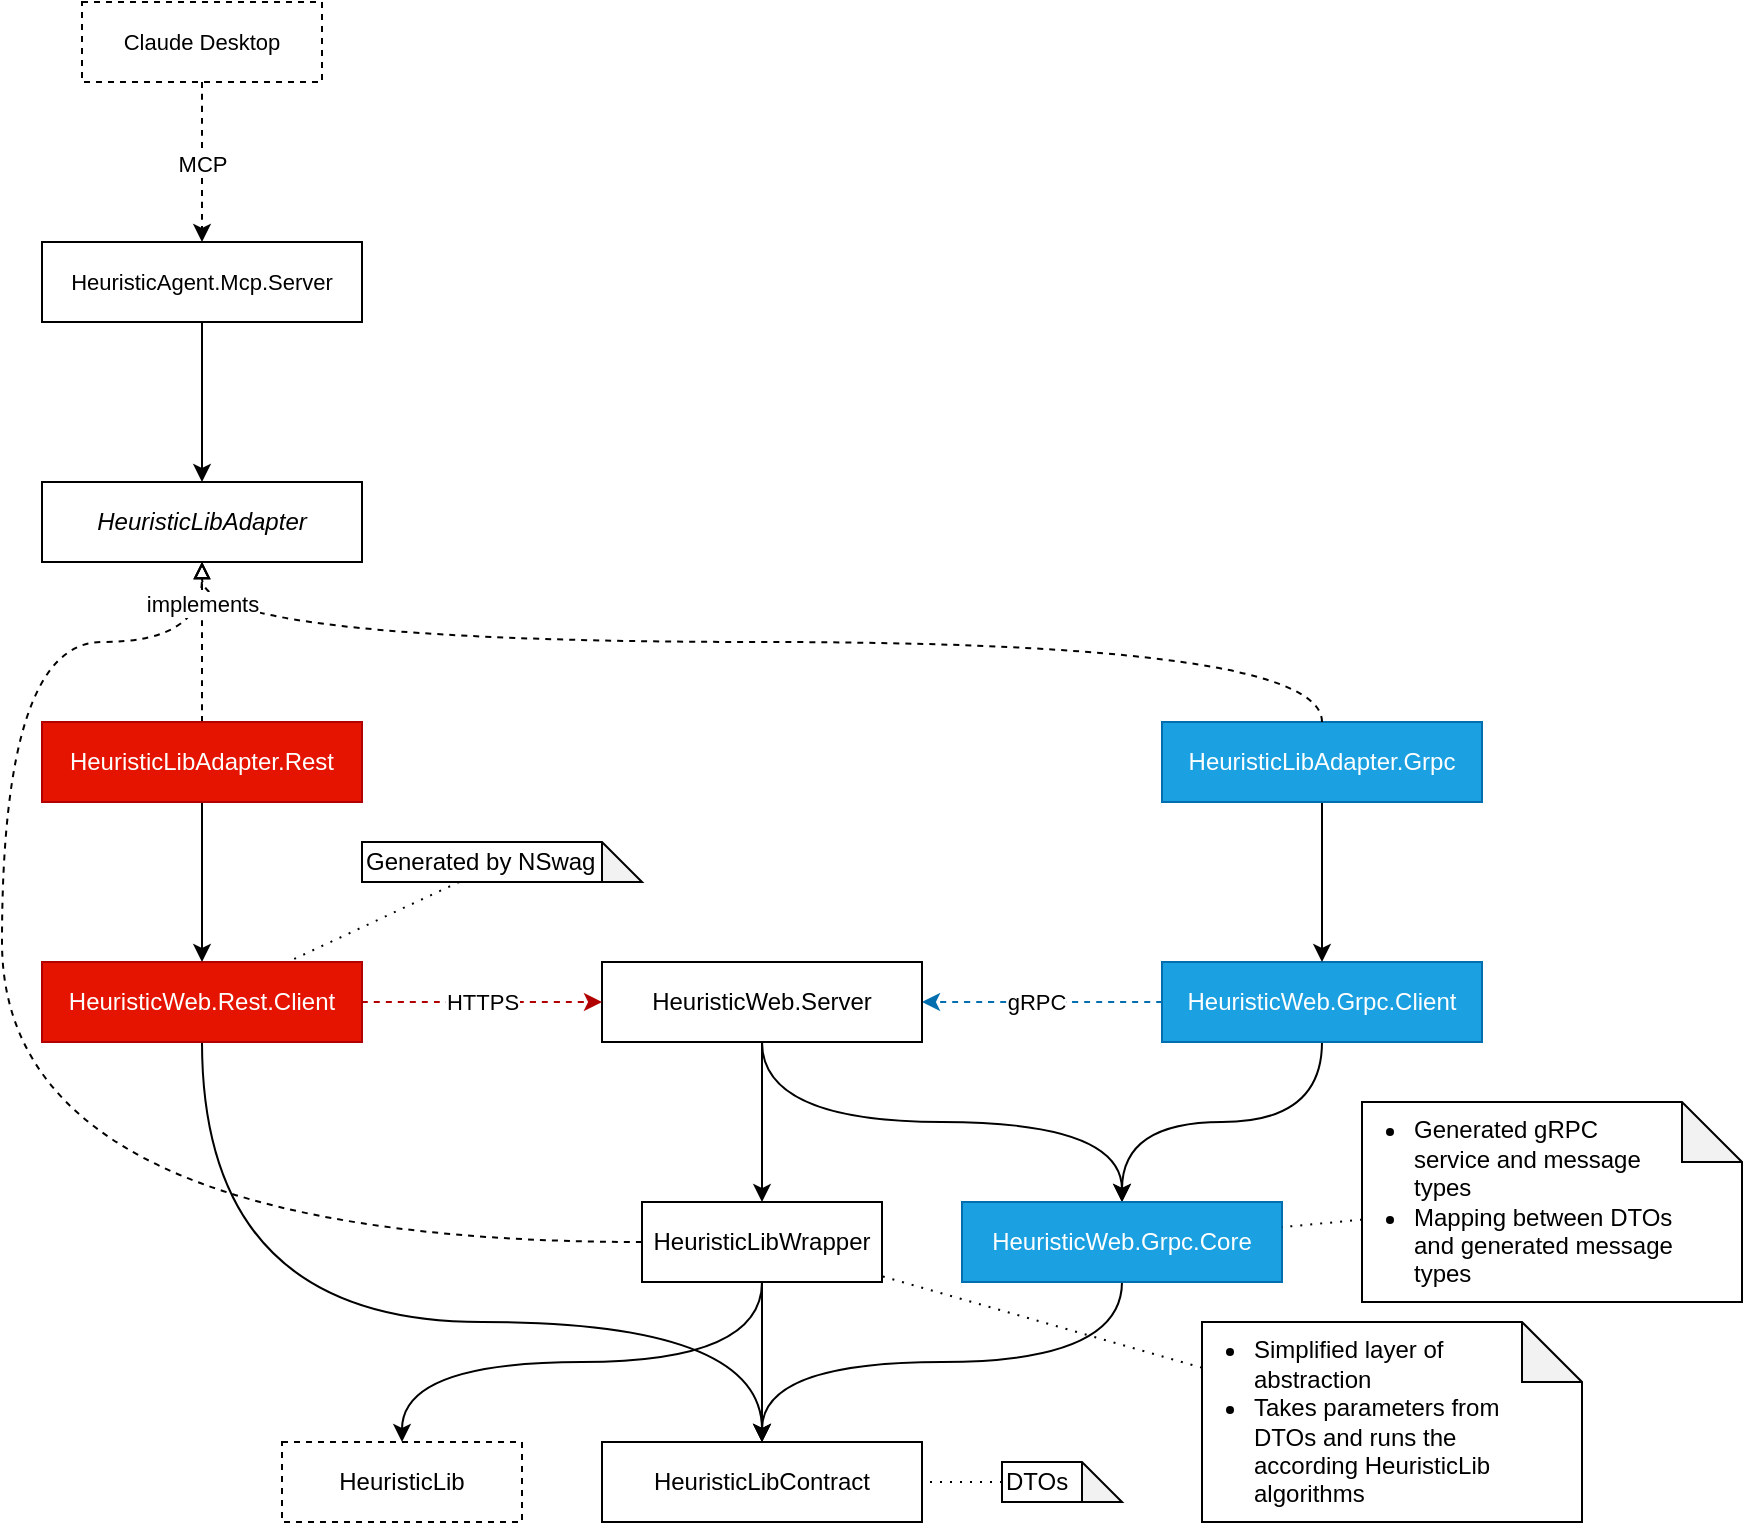
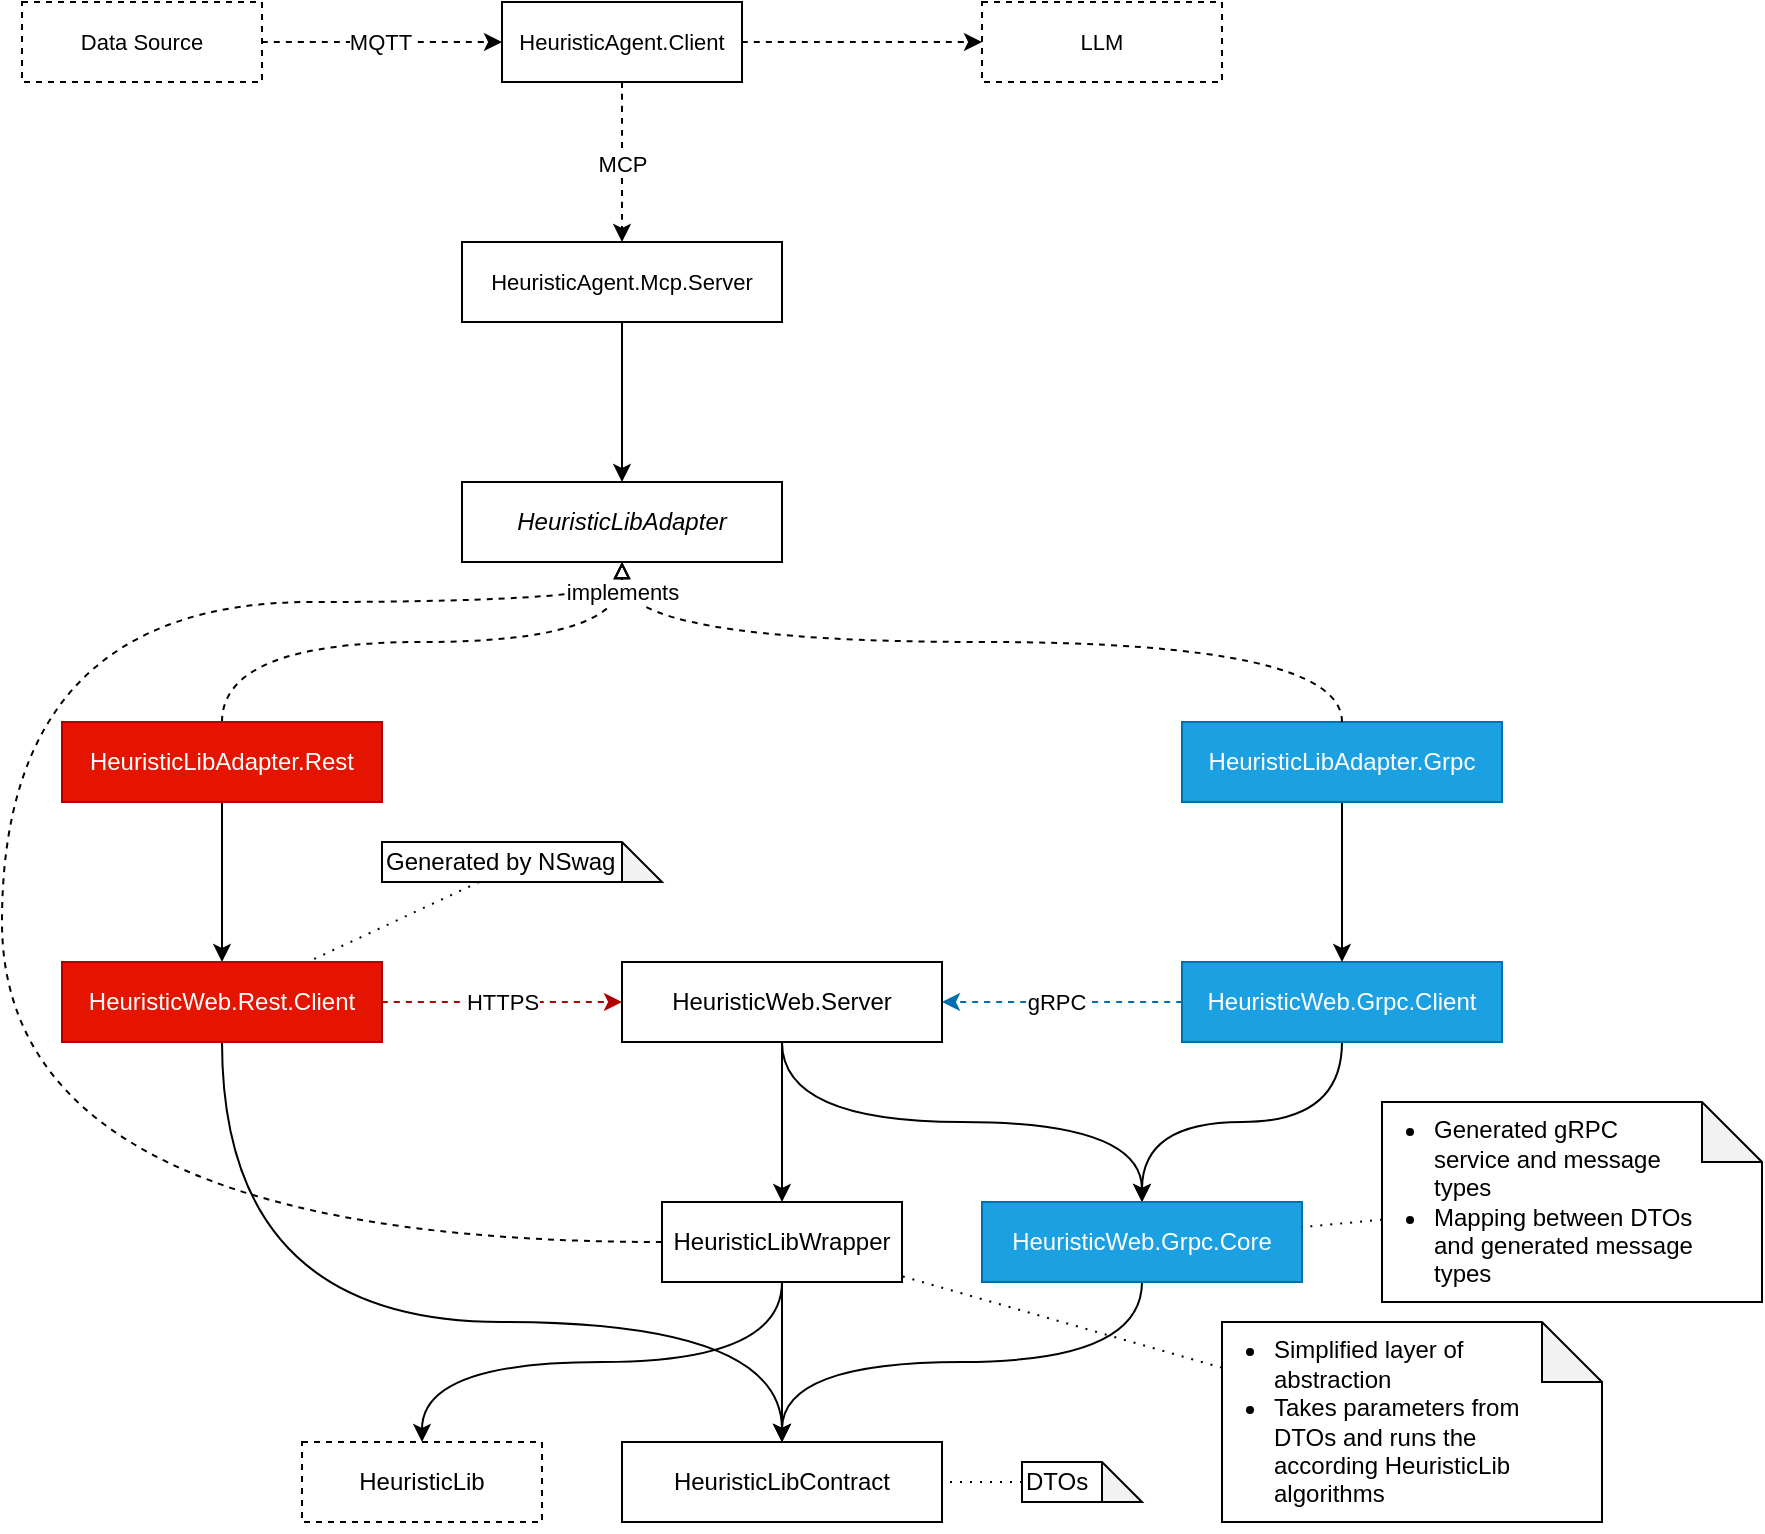
<mxfile host="Electron" agent="Mozilla/5.0 (Windows NT 10.0; Win64; x64) AppleWebKit/537.36 (KHTML, like Gecko) draw.io/29.6.6 Chrome/144.0.7559.236 Electron/40.8.4 Safari/537.36">
  <diagram name="Page-1" id="JLSE3i9ljjVaqQMjvNYt">
-     <mxGraphModel dx="1623" dy="962" grid="1" gridSize="10" guides="1" tooltips="1" connect="1" arrows="1" fold="1" page="1" pageScale="1" pageWidth="827" pageHeight="1169" math="0" shadow="0">
+     <mxGraphModel dx="2804" dy="1662" grid="1" gridSize="10" guides="1" tooltips="1" connect="1" arrows="1" fold="1" page="1" pageScale="1" pageWidth="827" pageHeight="1169" math="0" shadow="0">
      <root>
        <mxCell id="0" />
        <mxCell id="1" parent="0" />
        <mxCell id="U6VQVOgnXjNktFXU_cLZ-6" edge="1" parent="1" source="nvZTl8ImIJQlS8uFXL_u-32" style="edgeStyle=orthogonalEdgeStyle;rounded=0;orthogonalLoop=1;jettySize=auto;html=1;curved=1;exitX=0.5;exitY=1;exitDx=0;exitDy=0;entryX=0.5;entryY=0;entryDx=0;entryDy=0;" target="nvZTl8ImIJQlS8uFXL_u-36">
          <mxGeometry relative="1" as="geometry" />
        </mxCell>
        <mxCell id="U6VQVOgnXjNktFXU_cLZ-65" edge="1" parent="1" source="nvZTl8ImIJQlS8uFXL_u-32" style="edgeStyle=orthogonalEdgeStyle;shape=connector;curved=1;rounded=0;orthogonalLoop=1;jettySize=auto;html=1;exitX=0.5;exitY=1;exitDx=0;exitDy=0;entryX=0.5;entryY=0;entryDx=0;entryDy=0;strokeColor=default;align=center;verticalAlign=middle;fontFamily=Helvetica;fontSize=11;fontColor=default;labelBackgroundColor=default;endArrow=classic;" target="nvZTl8ImIJQlS8uFXL_u-33">
          <mxGeometry relative="1" as="geometry" />
        </mxCell>
        <mxCell id="nvZTl8ImIJQlS8uFXL_u-32" parent="1" style="rounded=0;whiteSpace=wrap;html=1;fillColor=default;" value="HeuristicLibWrapper" vertex="1">
          <mxGeometry height="40" width="120" x="540" y="640" as="geometry" />
        </mxCell>
        <mxCell id="oGgYLiFTZUMsgBvUWQYo-2" edge="1" parent="1" source="nvZTl8ImIJQlS8uFXL_u-32" style="edgeStyle=orthogonalEdgeStyle;shape=connector;curved=1;rounded=0;orthogonalLoop=1;jettySize=auto;html=1;exitX=0;exitY=0.5;exitDx=0;exitDy=0;entryX=0.5;entryY=1;entryDx=0;entryDy=0;dashed=1;strokeColor=default;align=center;verticalAlign=middle;fontFamily=Helvetica;fontSize=11;fontColor=default;labelBackgroundColor=default;endArrow=block;endFill=0;" target="U6VQVOgnXjNktFXU_cLZ-27">
          <mxGeometry relative="1" as="geometry">
            <Array as="points">
-               <mxPoint x="220" y="660" />
-               <mxPoint x="220" y="360" />
-               <mxPoint x="320" y="360" />
+               <mxPoint x="210" y="660" />
+               <mxPoint x="210" y="340" />
+               <mxPoint x="520" y="340" />
            </Array>
          </mxGeometry>
        </mxCell>
        <mxCell id="nvZTl8ImIJQlS8uFXL_u-33" parent="1" style="rounded=0;whiteSpace=wrap;html=1;fillColor=default;dashed=1;" value="HeuristicLib" vertex="1">
          <mxGeometry height="40" width="120" x="360" y="760" as="geometry" />
        </mxCell>
        <mxCell id="nvZTl8ImIJQlS8uFXL_u-36" parent="1" style="rounded=0;whiteSpace=wrap;html=1;fillColor=default;" value="HeuristicLibContract" vertex="1">
          <mxGeometry height="40" width="160" x="520" y="760" as="geometry" />
        </mxCell>
        <mxCell id="U6VQVOgnXjNktFXU_cLZ-60" edge="1" parent="1" source="nvZTl8ImIJQlS8uFXL_u-40" style="edgeStyle=orthogonalEdgeStyle;shape=connector;curved=1;rounded=0;orthogonalLoop=1;jettySize=auto;html=1;dashed=1;strokeColor=#006EAF;align=center;verticalAlign=middle;fontFamily=Helvetica;fontSize=11;fontColor=default;labelBackgroundColor=default;endArrow=classic;endFill=1;fillColor=#1ba1e2;" target="U6VQVOgnXjNktFXU_cLZ-14">
          <mxGeometry relative="1" as="geometry" />
        </mxCell>
        <mxCell id="U6VQVOgnXjNktFXU_cLZ-61" connectable="0" parent="U6VQVOgnXjNktFXU_cLZ-60" style="edgeLabel;html=1;align=center;verticalAlign=middle;resizable=0;points=[];fontFamily=Helvetica;fontSize=11;fontColor=default;labelBackgroundColor=default;" value="gRPC" vertex="1">
          <mxGeometry relative="1" x="0.0071" as="geometry">
            <mxPoint x="-3" as="offset" />
          </mxGeometry>
        </mxCell>
        <mxCell id="oGgYLiFTZUMsgBvUWQYo-3" edge="1" parent="1" source="nvZTl8ImIJQlS8uFXL_u-40" style="edgeStyle=orthogonalEdgeStyle;shape=connector;curved=1;rounded=0;orthogonalLoop=1;jettySize=auto;html=1;exitX=0.5;exitY=1;exitDx=0;exitDy=0;entryX=0.5;entryY=0;entryDx=0;entryDy=0;strokeColor=default;align=center;verticalAlign=middle;fontFamily=Helvetica;fontSize=11;fontColor=default;labelBackgroundColor=default;endArrow=classic;" target="U6VQVOgnXjNktFXU_cLZ-2">
          <mxGeometry relative="1" as="geometry" />
        </mxCell>
        <mxCell id="nvZTl8ImIJQlS8uFXL_u-40" parent="1" style="rounded=0;whiteSpace=wrap;html=1;fillColor=#1ba1e2;fontColor=#ffffff;strokeColor=#006EAF;" value="HeuristicWeb.Grpc.Client" vertex="1">
          <mxGeometry height="40" width="160" x="800" y="520" as="geometry" />
        </mxCell>
        <mxCell id="U6VQVOgnXjNktFXU_cLZ-4" edge="1" parent="1" source="U6VQVOgnXjNktFXU_cLZ-14" style="edgeStyle=orthogonalEdgeStyle;rounded=0;orthogonalLoop=1;jettySize=auto;html=1;curved=1;entryX=0.5;entryY=0;entryDx=0;entryDy=0;exitX=0.5;exitY=1;exitDx=0;exitDy=0;" target="U6VQVOgnXjNktFXU_cLZ-2">
          <mxGeometry relative="1" as="geometry">
            <mxPoint x="700" y="680" as="sourcePoint" />
          </mxGeometry>
        </mxCell>
        <mxCell id="U6VQVOgnXjNktFXU_cLZ-3" edge="1" parent="1" source="U6VQVOgnXjNktFXU_cLZ-2" style="edgeStyle=orthogonalEdgeStyle;rounded=0;orthogonalLoop=1;jettySize=auto;html=1;curved=1;exitX=0.5;exitY=1;exitDx=0;exitDy=0;entryX=0.5;entryY=0;entryDx=0;entryDy=0;" target="nvZTl8ImIJQlS8uFXL_u-36">
          <mxGeometry relative="1" as="geometry" />
        </mxCell>
        <mxCell id="U6VQVOgnXjNktFXU_cLZ-2" parent="1" style="rounded=0;whiteSpace=wrap;html=1;fillColor=#1ba1e2;fontColor=#ffffff;strokeColor=#006EAF;" value="HeuristicWeb.Grpc.Core" vertex="1">
          <mxGeometry height="40" width="160" x="700" y="640" as="geometry" />
        </mxCell>
        <mxCell id="U6VQVOgnXjNktFXU_cLZ-8" edge="1" parent="1" source="U6VQVOgnXjNktFXU_cLZ-7" style="rounded=0;orthogonalLoop=1;jettySize=auto;html=1;endArrow=none;endFill=0;dashed=1;dashPattern=1 4;" target="U6VQVOgnXjNktFXU_cLZ-2">
          <mxGeometry relative="1" as="geometry" />
        </mxCell>
        <mxCell id="U6VQVOgnXjNktFXU_cLZ-7" parent="1" style="shape=note;whiteSpace=wrap;html=1;backgroundOutline=1;darkOpacity=0.05;align=left;spacingLeft=-16;spacingRight=32;" value="&lt;ul&gt;&lt;li&gt;Generated gRPC service and message types&lt;/li&gt;&lt;li&gt;Mapping between DTOs and generated message types&lt;/li&gt;&lt;/ul&gt;" vertex="1">
          <mxGeometry height="100" width="190" x="900" y="590" as="geometry" />
        </mxCell>
        <mxCell id="U6VQVOgnXjNktFXU_cLZ-10" edge="1" parent="1" source="U6VQVOgnXjNktFXU_cLZ-9" style="rounded=0;orthogonalLoop=1;jettySize=auto;html=1;endArrow=none;endFill=0;dashed=1;dashPattern=1 4;" target="nvZTl8ImIJQlS8uFXL_u-36">
          <mxGeometry relative="1" as="geometry" />
        </mxCell>
        <mxCell id="U6VQVOgnXjNktFXU_cLZ-9" parent="1" style="shape=note;whiteSpace=wrap;html=1;backgroundOutline=1;darkOpacity=0.05;align=left;" value="DTOs" vertex="1">
          <mxGeometry height="20" width="60" x="720" y="770" as="geometry" />
        </mxCell>
        <mxCell id="U6VQVOgnXjNktFXU_cLZ-12" edge="1" parent="1" source="U6VQVOgnXjNktFXU_cLZ-11" style="rounded=0;orthogonalLoop=1;jettySize=auto;html=1;dashed=1;endArrow=none;endFill=0;dashPattern=1 4;" target="nvZTl8ImIJQlS8uFXL_u-32">
          <mxGeometry relative="1" as="geometry" />
        </mxCell>
        <mxCell id="U6VQVOgnXjNktFXU_cLZ-11" parent="1" style="shape=note;whiteSpace=wrap;html=1;backgroundOutline=1;darkOpacity=0.05;align=left;spacingRight=32;spacingLeft=-16;" value="&lt;ul&gt;&lt;li&gt;Simplified layer of abstraction&lt;/li&gt;&lt;li&gt;Takes parameters from DTOs and runs the according HeuristicLib algorithms&lt;/li&gt;&lt;/ul&gt;" vertex="1">
          <mxGeometry height="100" width="190" x="820" y="700" as="geometry" />
        </mxCell>
        <mxCell id="U6VQVOgnXjNktFXU_cLZ-17" edge="1" parent="1" source="U6VQVOgnXjNktFXU_cLZ-14" style="edgeStyle=orthogonalEdgeStyle;shape=connector;curved=1;rounded=0;orthogonalLoop=1;jettySize=auto;html=1;strokeColor=default;align=center;verticalAlign=middle;fontFamily=Helvetica;fontSize=11;fontColor=default;labelBackgroundColor=default;endArrow=classic;exitX=0.5;exitY=1;exitDx=0;exitDy=0;entryX=0.5;entryY=0;entryDx=0;entryDy=0;" target="nvZTl8ImIJQlS8uFXL_u-32">
          <mxGeometry relative="1" as="geometry">
            <mxPoint x="500" y="640" as="targetPoint" />
          </mxGeometry>
        </mxCell>
        <mxCell id="U6VQVOgnXjNktFXU_cLZ-14" parent="1" style="rounded=0;whiteSpace=wrap;html=1;fillColor=default;" value="HeuristicWeb.Server" vertex="1">
          <mxGeometry height="40" width="160" x="520" y="520" as="geometry" />
        </mxCell>
        <mxCell id="U6VQVOgnXjNktFXU_cLZ-58" edge="1" parent="1" source="U6VQVOgnXjNktFXU_cLZ-21" style="edgeStyle=orthogonalEdgeStyle;shape=connector;curved=1;rounded=0;orthogonalLoop=1;jettySize=auto;html=1;dashed=1;strokeColor=#B20000;align=center;verticalAlign=middle;fontFamily=Helvetica;fontSize=11;fontColor=default;labelBackgroundColor=default;endArrow=classic;endFill=1;fillColor=#e51400;" target="U6VQVOgnXjNktFXU_cLZ-14">
          <mxGeometry relative="1" as="geometry" />
        </mxCell>
        <mxCell id="U6VQVOgnXjNktFXU_cLZ-62" connectable="0" parent="U6VQVOgnXjNktFXU_cLZ-58" style="edgeLabel;html=1;align=center;verticalAlign=middle;resizable=0;points=[];fontFamily=Helvetica;fontSize=11;fontColor=default;labelBackgroundColor=default;" value="HTTPS" vertex="1">
          <mxGeometry relative="1" x="-0.0016" y="1" as="geometry">
            <mxPoint y="1" as="offset" />
          </mxGeometry>
        </mxCell>
        <mxCell id="vAhXJ6GuvrTu8xZBJLIe-7" edge="1" parent="1" source="U6VQVOgnXjNktFXU_cLZ-21" style="edgeStyle=orthogonalEdgeStyle;shape=connector;curved=1;rounded=0;orthogonalLoop=1;jettySize=auto;html=1;exitX=0.5;exitY=1;exitDx=0;exitDy=0;entryX=0.5;entryY=0;entryDx=0;entryDy=0;strokeColor=default;align=center;verticalAlign=middle;fontFamily=Helvetica;fontSize=11;fontColor=default;labelBackgroundColor=default;endArrow=classic;" target="nvZTl8ImIJQlS8uFXL_u-36">
          <mxGeometry relative="1" as="geometry">
            <Array as="points">
              <mxPoint x="320" y="700" />
              <mxPoint x="600" y="700" />
            </Array>
          </mxGeometry>
        </mxCell>
        <mxCell id="U6VQVOgnXjNktFXU_cLZ-21" parent="1" style="rounded=0;whiteSpace=wrap;html=1;fillColor=#e51400;strokeColor=#B20000;fontColor=#ffffff;" value="HeuristicWeb.Rest.Client" vertex="1">
          <mxGeometry height="40" width="160" x="240" y="520" as="geometry" />
        </mxCell>
        <mxCell id="U6VQVOgnXjNktFXU_cLZ-23" edge="1" parent="1" source="U6VQVOgnXjNktFXU_cLZ-22" style="shape=connector;rounded=0;orthogonalLoop=1;jettySize=auto;html=1;strokeColor=default;align=center;verticalAlign=middle;fontFamily=Helvetica;fontSize=11;fontColor=default;labelBackgroundColor=default;endArrow=none;endFill=0;dashed=1;dashPattern=1 4;" target="U6VQVOgnXjNktFXU_cLZ-21">
          <mxGeometry relative="1" as="geometry" />
        </mxCell>
        <mxCell id="U6VQVOgnXjNktFXU_cLZ-22" parent="1" style="shape=note;whiteSpace=wrap;html=1;backgroundOutline=1;darkOpacity=0.05;align=left;" value="&lt;div&gt;Generated by NSwag&lt;/div&gt;" vertex="1">
          <mxGeometry height="20" width="140" x="400" y="460" as="geometry" />
        </mxCell>
        <mxCell id="U6VQVOgnXjNktFXU_cLZ-46" edge="1" parent="1" source="U6VQVOgnXjNktFXU_cLZ-24" style="edgeStyle=orthogonalEdgeStyle;shape=connector;curved=1;rounded=0;orthogonalLoop=1;jettySize=auto;html=1;exitX=0.5;exitY=1;exitDx=0;exitDy=0;entryX=0.5;entryY=0;entryDx=0;entryDy=0;strokeColor=default;align=center;verticalAlign=middle;fontFamily=Helvetica;fontSize=11;fontColor=default;labelBackgroundColor=default;endArrow=classic;" target="U6VQVOgnXjNktFXU_cLZ-27">
          <mxGeometry relative="1" as="geometry" />
        </mxCell>
        <mxCell id="U6VQVOgnXjNktFXU_cLZ-24" parent="1" style="rounded=0;whiteSpace=wrap;html=1;fontFamily=Helvetica;fontSize=11;fontColor=default;labelBackgroundColor=default;" value="HeuristicAgent.Mcp.Server" vertex="1">
-           <mxGeometry height="40" width="160" x="240" y="160" as="geometry" />
+           <mxGeometry height="40" width="160" x="440" y="160" as="geometry" />
        </mxCell>
        <mxCell id="U6VQVOgnXjNktFXU_cLZ-27" parent="1" style="rounded=0;whiteSpace=wrap;html=1;fillColor=default;" value="&lt;i&gt;HeuristicLibAdapter&lt;/i&gt;" vertex="1">
-           <mxGeometry height="40" width="160" x="240" y="280" as="geometry" />
+           <mxGeometry height="40" width="160" x="440" y="280" as="geometry" />
        </mxCell>
        <mxCell id="U6VQVOgnXjNktFXU_cLZ-36" edge="1" parent="1" source="U6VQVOgnXjNktFXU_cLZ-28" style="edgeStyle=orthogonalEdgeStyle;shape=connector;curved=1;rounded=0;orthogonalLoop=1;jettySize=auto;html=1;exitX=0.5;exitY=0;exitDx=0;exitDy=0;entryX=0.5;entryY=1;entryDx=0;entryDy=0;strokeColor=default;align=center;verticalAlign=middle;fontFamily=Helvetica;fontSize=11;fontColor=default;labelBackgroundColor=default;endArrow=block;endFill=0;dashed=1;" target="U6VQVOgnXjNktFXU_cLZ-27">
          <mxGeometry relative="1" as="geometry" />
        </mxCell>
        <mxCell id="U6VQVOgnXjNktFXU_cLZ-42" edge="1" parent="1" source="U6VQVOgnXjNktFXU_cLZ-28" style="edgeStyle=orthogonalEdgeStyle;shape=connector;curved=1;rounded=0;orthogonalLoop=1;jettySize=auto;html=1;exitX=0.5;exitY=1;exitDx=0;exitDy=0;entryX=0.5;entryY=0;entryDx=0;entryDy=0;strokeColor=default;align=center;verticalAlign=middle;fontFamily=Helvetica;fontSize=11;fontColor=default;labelBackgroundColor=default;endArrow=classic;" target="U6VQVOgnXjNktFXU_cLZ-21">
          <mxGeometry relative="1" as="geometry" />
        </mxCell>
        <mxCell id="U6VQVOgnXjNktFXU_cLZ-28" parent="1" style="rounded=0;whiteSpace=wrap;html=1;fillColor=#e51400;strokeColor=#B20000;fontColor=#ffffff;" value="HeuristicLibAdapter.Rest" vertex="1">
          <mxGeometry height="40" width="160" x="240" y="400" as="geometry" />
        </mxCell>
        <mxCell id="U6VQVOgnXjNktFXU_cLZ-44" edge="1" parent="1" source="U6VQVOgnXjNktFXU_cLZ-30" style="edgeStyle=orthogonalEdgeStyle;shape=connector;curved=1;rounded=0;orthogonalLoop=1;jettySize=auto;html=1;exitX=0.5;exitY=1;exitDx=0;exitDy=0;entryX=0.5;entryY=0;entryDx=0;entryDy=0;strokeColor=default;align=center;verticalAlign=middle;fontFamily=Helvetica;fontSize=11;fontColor=default;labelBackgroundColor=default;endArrow=classic;" target="nvZTl8ImIJQlS8uFXL_u-40">
          <mxGeometry relative="1" as="geometry" />
        </mxCell>
        <mxCell id="U6VQVOgnXjNktFXU_cLZ-30" parent="1" style="rounded=0;whiteSpace=wrap;html=1;fillColor=#1ba1e2;fontColor=#ffffff;strokeColor=#006EAF;" value="HeuristicLibAdapter.Grpc" vertex="1">
          <mxGeometry height="40" width="160" x="800" y="400" as="geometry" />
        </mxCell>
        <mxCell id="U6VQVOgnXjNktFXU_cLZ-40" edge="1" parent="1" source="U6VQVOgnXjNktFXU_cLZ-30" style="edgeStyle=orthogonalEdgeStyle;shape=connector;curved=1;rounded=0;orthogonalLoop=1;jettySize=auto;html=1;exitX=0.5;exitY=0;exitDx=0;exitDy=0;entryX=0.5;entryY=1;entryDx=0;entryDy=0;strokeColor=default;align=center;verticalAlign=middle;fontFamily=Helvetica;fontSize=11;fontColor=default;labelBackgroundColor=default;endArrow=block;endFill=0;dashed=1;" target="U6VQVOgnXjNktFXU_cLZ-27">
          <mxGeometry relative="1" as="geometry">
            <mxPoint x="270.03999999999996" y="510" as="sourcePoint" />
            <mxPoint x="470.03999999999996" y="390" as="targetPoint" />
          </mxGeometry>
        </mxCell>
        <mxCell id="U6VQVOgnXjNktFXU_cLZ-72" connectable="0" parent="U6VQVOgnXjNktFXU_cLZ-40" style="edgeLabel;html=1;align=center;verticalAlign=middle;resizable=0;points=[];fontFamily=Helvetica;fontSize=11;fontColor=default;labelBackgroundColor=default;" value="implements" vertex="1">
          <mxGeometry relative="1" x="0.9349" y="-14" as="geometry">
            <mxPoint x="-14" as="offset" />
          </mxGeometry>
        </mxCell>
        <mxCell id="U6VQVOgnXjNktFXU_cLZ-51" edge="1" parent="1" source="U6VQVOgnXjNktFXU_cLZ-47" style="edgeStyle=orthogonalEdgeStyle;shape=connector;curved=1;rounded=0;orthogonalLoop=1;jettySize=auto;html=1;strokeColor=default;align=center;verticalAlign=middle;fontFamily=Helvetica;fontSize=11;fontColor=default;labelBackgroundColor=default;endArrow=classic;endFill=1;dashed=1;" target="U6VQVOgnXjNktFXU_cLZ-24">
          <mxGeometry relative="1" as="geometry" />
        </mxCell>
        <mxCell id="U6VQVOgnXjNktFXU_cLZ-52" connectable="0" parent="U6VQVOgnXjNktFXU_cLZ-51" style="edgeLabel;html=1;align=center;verticalAlign=middle;resizable=0;points=[];fontFamily=Helvetica;fontSize=11;fontColor=default;labelBackgroundColor=default;" value="MCP" vertex="1">
          <mxGeometry relative="1" x="0.01" as="geometry">
            <mxPoint as="offset" />
          </mxGeometry>
        </mxCell>
-         <mxCell id="U6VQVOgnXjNktFXU_cLZ-47" parent="1" style="rounded=0;whiteSpace=wrap;html=1;fontFamily=Helvetica;fontSize=11;fontColor=default;labelBackgroundColor=default;dashed=1;" value="Claude Desktop" vertex="1">
-           <mxGeometry height="40" width="120" x="260" y="40" as="geometry" />
+         <mxCell id="R34z1xXHKA-PwHW2F09A-3" edge="1" parent="1" source="U6VQVOgnXjNktFXU_cLZ-47" style="edgeStyle=orthogonalEdgeStyle;shape=connector;curved=1;rounded=0;orthogonalLoop=1;jettySize=auto;html=1;exitX=1;exitY=0.5;exitDx=0;exitDy=0;entryX=0;entryY=0.5;entryDx=0;entryDy=0;dashed=1;strokeColor=default;align=center;verticalAlign=middle;fontFamily=Helvetica;fontSize=11;fontColor=default;labelBackgroundColor=default;endArrow=classic;endFill=1;" target="R34z1xXHKA-PwHW2F09A-1">
+           <mxGeometry relative="1" as="geometry" />
+         </mxCell>
+         <mxCell id="U6VQVOgnXjNktFXU_cLZ-47" parent="1" style="rounded=0;whiteSpace=wrap;html=1;fontFamily=Helvetica;fontSize=11;fontColor=default;labelBackgroundColor=default;" value="HeuristicAgent.Client" vertex="1">
+           <mxGeometry height="40" width="120" x="460" y="40" as="geometry" />
+         </mxCell>
+         <mxCell id="R34z1xXHKA-PwHW2F09A-1" parent="1" style="rounded=0;whiteSpace=wrap;html=1;fontFamily=Helvetica;fontSize=11;fontColor=default;labelBackgroundColor=default;dashed=1;" value="LLM" vertex="1">
+           <mxGeometry height="40" width="120" x="700" y="40" as="geometry" />
+         </mxCell>
+         <mxCell id="R34z1xXHKA-PwHW2F09A-5" edge="1" parent="1" source="R34z1xXHKA-PwHW2F09A-4" style="edgeStyle=orthogonalEdgeStyle;shape=connector;curved=1;rounded=0;orthogonalLoop=1;jettySize=auto;html=1;exitX=1;exitY=0.5;exitDx=0;exitDy=0;entryX=0;entryY=0.5;entryDx=0;entryDy=0;dashed=1;strokeColor=default;align=center;verticalAlign=middle;fontFamily=Helvetica;fontSize=11;fontColor=default;labelBackgroundColor=default;endArrow=classic;endFill=1;" target="U6VQVOgnXjNktFXU_cLZ-47">
+           <mxGeometry relative="1" as="geometry" />
+         </mxCell>
+         <mxCell id="R34z1xXHKA-PwHW2F09A-6" connectable="0" parent="R34z1xXHKA-PwHW2F09A-5" style="edgeLabel;html=1;align=center;verticalAlign=middle;resizable=0;points=[];fontFamily=Helvetica;fontSize=11;fontColor=default;labelBackgroundColor=default;" value="MQTT" vertex="1">
+           <mxGeometry relative="1" x="-0.0133" as="geometry">
+             <mxPoint as="offset" />
+           </mxGeometry>
+         </mxCell>
+         <mxCell id="R34z1xXHKA-PwHW2F09A-4" parent="1" style="rounded=0;whiteSpace=wrap;html=1;fontFamily=Helvetica;fontSize=11;fontColor=default;labelBackgroundColor=default;dashed=1;" value="Data Source" vertex="1">
+           <mxGeometry height="40" width="120" x="220" y="40" as="geometry" />
        </mxCell>
      </root>
    </mxGraphModel>
  </diagram>
</mxfile>
